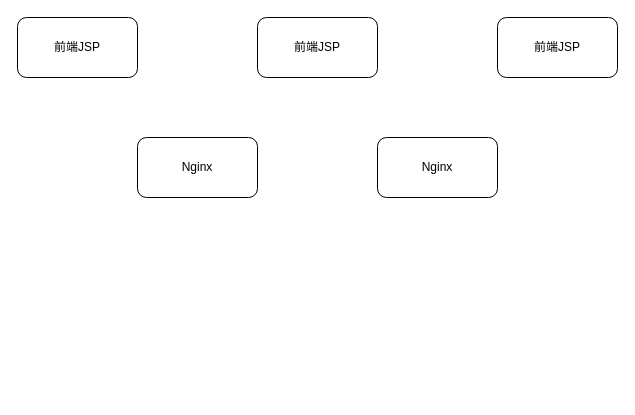
lewinlee/draw.io keeps this draw.io diagram as space/车票系统.drawio. Above is the earlier version. Source tidied: cells renumbered, new cells numbered last; positions are measured from the earlier drawing's top-left corner, leaving out a move shared by most shapes. Both pictures are drawn from the tidied source at 100%, with x=0, y=0 at pixel (17, 17).
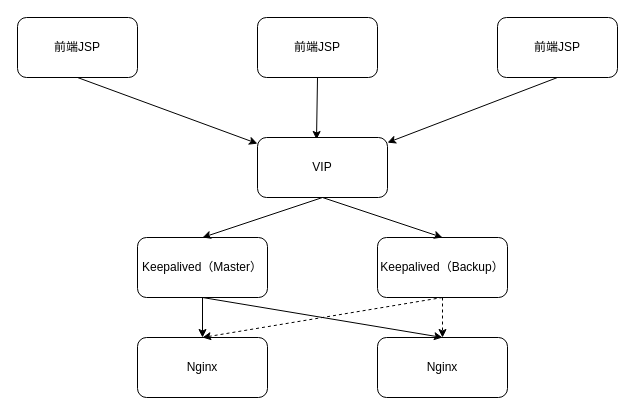
The same diagram, later.

Commit message (it also covers changes not shown here):
更新车票系统.drawio

What changed in the source:
```diff
@@
 <mxGraphModel>
   <root>
     <mxCell id="0" />
     <mxCell id="1" parent="0" />
+    <mxCell id="7" style="rounded=0;jettySize=auto;html=1;exitX=0.5;exitY=1;exitDx=0;exitDy=0;" parent="1" edge="1" source="2" target="18">
+      <mxGeometry relative="1" as="geometry" />
+    </mxCell>
     <mxCell id="2" value="前端JSP" style="rounded=1;whiteSpace=wrap;html=1;" parent="1" vertex="1">
       <mxGeometry width="120" height="60" as="geometry" />
     </mxCell>
+    <mxCell id="8" style="edgeStyle=none;rounded=0;jettySize=auto;html=1;exitX=0.5;exitY=1;exitDx=0;exitDy=0;entryX=0.454;entryY=0.033;entryDx=0;entryDy=0;entryPerimeter=0;" parent="1" edge="1" source="3" target="18">
+      <mxGeometry relative="1" as="geometry" />
+    </mxCell>
     <mxCell id="3" value="前端JSP" style="rounded=1;whiteSpace=wrap;html=1;" parent="1" vertex="1">
       <mxGeometry x="240" width="120" height="60" as="geometry" />
     </mxCell>
+    <mxCell id="9" style="edgeStyle=none;rounded=0;jettySize=auto;html=1;exitX=0.5;exitY=1;exitDx=0;exitDy=0;" parent="1" edge="1" source="4" target="18">
+      <mxGeometry relative="1" as="geometry" />
+    </mxCell>
     <mxCell id="4" value="前端JSP" style="rounded=1;whiteSpace=wrap;html=1;" parent="1" vertex="1">
       <mxGeometry x="480" width="120" height="60" as="geometry" />
     </mxCell>
     <mxCell id="5" value="Nginx" style="rounded=1;whiteSpace=wrap;html=1;" parent="1" vertex="1">
-      <mxGeometry x="120" y="120" width="120" height="60" as="geometry" />
+      <mxGeometry x="120" y="320" width="130" height="60" as="geometry" />
     </mxCell>
     <mxCell id="6" value="Nginx" style="rounded=1;whiteSpace=wrap;html=1;" parent="1" vertex="1">
-      <mxGeometry x="360" y="120" width="120" height="60" as="geometry" />
+      <mxGeometry x="360" y="320" width="130" height="60" as="geometry" />
     </mxCell>
+    <mxCell id="10" style="edgeStyle=none;rounded=0;jettySize=auto;html=1;exitX=0.5;exitY=1;exitDx=0;exitDy=0;" parent="1" edge="1" source="12" target="5">
+      <mxGeometry relative="1" as="geometry" />
+    </mxCell>
+    <mxCell id="11" style="edgeStyle=none;rounded=0;jettySize=auto;html=1;exitX=0.5;exitY=1;exitDx=0;exitDy=0;entryX=0.5;entryY=0;entryDx=0;entryDy=0;" parent="1" edge="1" source="12" target="6">
+      <mxGeometry relative="1" as="geometry" />
+    </mxCell>
+    <mxCell id="12" value="Keepalived（Master）" style="rounded=1;whiteSpace=wrap;html=1;" parent="1" vertex="1">
+      <mxGeometry x="120" y="220" width="130" height="60" as="geometry" />
+    </mxCell>
+    <mxCell id="13" style="edgeStyle=none;rounded=0;jettySize=auto;html=1;exitX=0.5;exitY=1;exitDx=0;exitDy=0;entryX=0.5;entryY=0;entryDx=0;entryDy=0;dashed=1;" parent="1" edge="1" source="15" target="6">
+      <mxGeometry relative="1" as="geometry" />
+    </mxCell>
+    <mxCell id="14" style="edgeStyle=none;rounded=0;jettySize=auto;html=1;exitX=0.5;exitY=1;exitDx=0;exitDy=0;entryX=0.5;entryY=0;entryDx=0;entryDy=0;dashed=1;" parent="1" edge="1" source="15" target="5">
+      <mxGeometry relative="1" as="geometry" />
+    </mxCell>
+    <mxCell id="15" value="Keepalived（Backup）" style="rounded=1;whiteSpace=wrap;html=1;" parent="1" vertex="1">
+      <mxGeometry x="360" y="220" width="130" height="60" as="geometry" />
+    </mxCell>
+    <mxCell id="16" style="edgeStyle=none;rounded=0;jettySize=auto;html=1;exitX=0.5;exitY=1;exitDx=0;exitDy=0;entryX=0.5;entryY=0;entryDx=0;entryDy=0;" parent="1" edge="1" source="18" target="12">
+      <mxGeometry relative="1" as="geometry" />
+    </mxCell>
+    <mxCell id="17" style="edgeStyle=none;rounded=0;jettySize=auto;html=1;exitX=0.5;exitY=1;exitDx=0;exitDy=0;entryX=0.5;entryY=0;entryDx=0;entryDy=0;" parent="1" edge="1" source="18" target="15">
+      <mxGeometry relative="1" as="geometry" />
+    </mxCell>
+    <mxCell id="18" value="VIP" style="rounded=1;whiteSpace=wrap;html=1;" parent="1" vertex="1">
+      <mxGeometry x="240" y="120" width="130" height="60" as="geometry" />
+    </mxCell>
   </root>
 </mxGraphModel>
```
